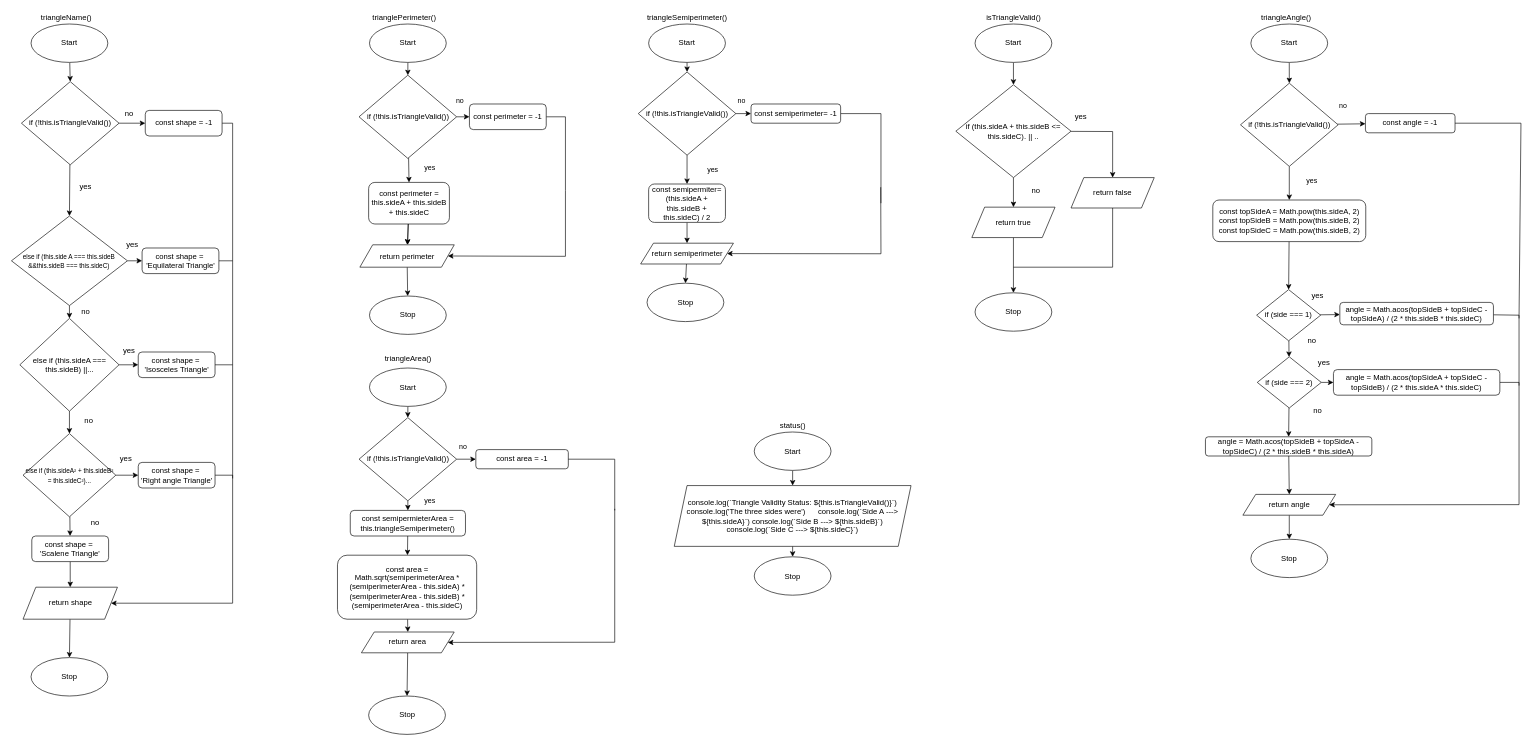
The draw.io diagram Drawio/Flowchart.drawio in JacksonNaufal/ics4u-assignment-3-typescript, before the edit. Source tidied: cells renumbered, new cells numbered last; positions are measured from the earlier drawing's top-left corner, leaving out a move shared by most shapes. Both pictures are drawn from the tidied source at 64%, with x=0, y=0 at pixel (11, 11).
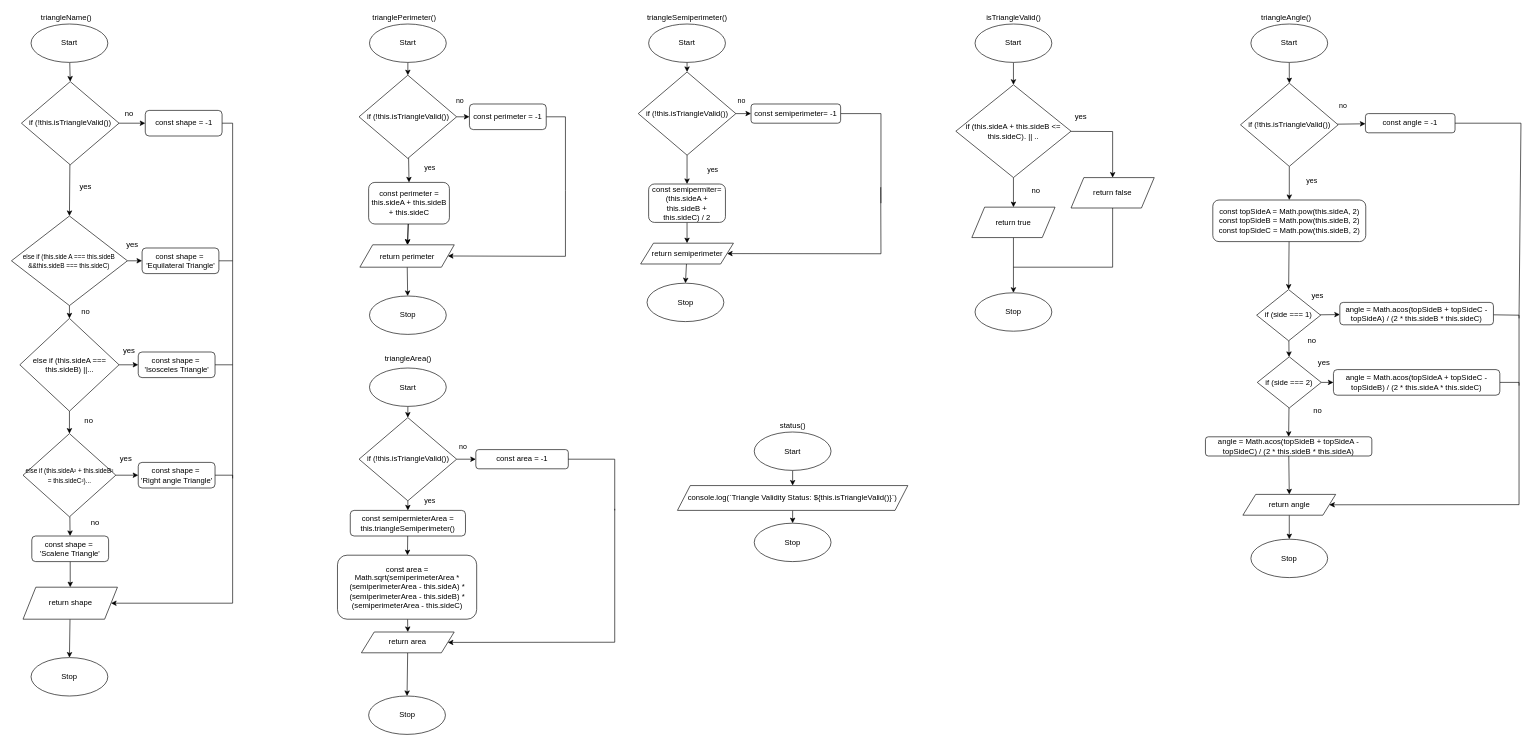
The same diagram, later.

Diff of the diagram source:
```diff
@@
     <mxCell id="54" value="Stop" style="ellipse;whiteSpace=wrap;html=1;" parent="1" vertex="1">
-      <mxGeometry x="1161" y="852.5" width="120" height="60" as="geometry" />
+      <mxGeometry x="1161" y="800" width="120" height="60" as="geometry" />
     </mxCell>
@@
-    <mxCell id="56" value="console.log(`Triangle Validity Status: ${this.isTriangleValid()}`)&lt;br&gt;console.log('The three sides were')&amp;nbsp; &amp;nbsp; &amp;nbsp; console.log(`Side A ---&amp;gt; ${this.sideA}`) console.log(`Side B ---&amp;gt; ${this.sideB}`) console.log(`Side C ---&amp;gt; ${this.sideC}`)" style="shape=parallelogram;perimeter=parallelogramPerimeter;whiteSpace=wrap;html=1;fixedSize=1;fontFamily=Helvetica;fontSize=12;" parent="1" vertex="1">
-      <mxGeometry x="1036" y="741.2" width="370" height="95" as="geometry" />
+    <mxCell id="56" value="console.log(`Triangle Validity Status: ${this.isTriangleValid()}`)&lt;br&gt;" style="shape=parallelogram;perimeter=parallelogramPerimeter;whiteSpace=wrap;html=1;fixedSize=1;fontFamily=Helvetica;fontSize=12;" parent="1" vertex="1">
+      <mxGeometry x="1041" y="741.2" width="360" height="38.8" as="geometry" />
     </mxCell>
```
